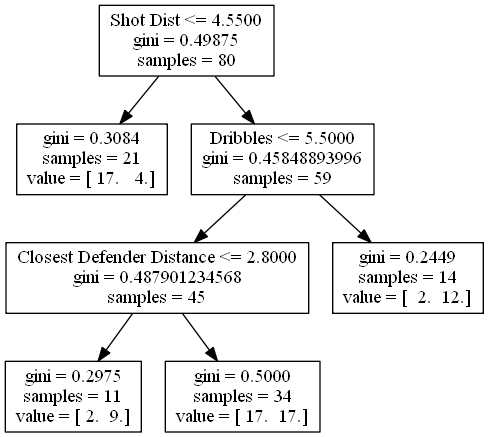
This is russell_westbrook.png from bveber/Analyze_NBA, a Graphviz export, as it was before one commit. Its source is kept beside it as russell_westbrook.dot. Source of this version:
```dot
digraph Tree {
0 [label="Shot Dist <= 4.5500\ngini = 0.49875\nsamples = 80", shape="box"] ;
1 [label="gini = 0.3084\nsamples = 21\nvalue = [ 17.   4.]", shape="box"] ;
0 -> 1 ;
2 [label="Dribbles <= 5.5000\ngini = 0.45848893996\nsamples = 59", shape="box"] ;
0 -> 2 ;
3 [label="Closest Defender Distance <= 2.8000\ngini = 0.487901234568\nsamples = 45", shape="box"] ;
2 -> 3 ;
4 [label="gini = 0.2975\nsamples = 11\nvalue = [ 2.  9.]", shape="box"] ;
3 -> 4 ;
5 [label="gini = 0.5000\nsamples = 34\nvalue = [ 17.  17.]", shape="box"] ;
3 -> 5 ;
6 [label="gini = 0.2449\nsamples = 14\nvalue = [  2.  12.]", shape="box"] ;
2 -> 6 ;
}
```
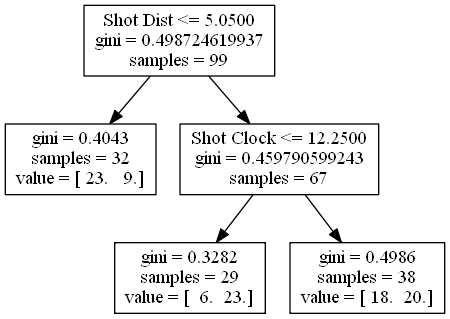
After the change.

The edit, as a diff of the source:
```diff
@@ -1,15 +1,11 @@
 digraph Tree {
-0 [label="Shot Dist <= 4.5500\ngini = 0.49875\nsamples = 80", shape="box"] ;
-1 [label="gini = 0.3084\nsamples = 21\nvalue = [ 17.   4.]", shape="box"] ;
+0 [label="Shot Dist <= 5.0500\ngini = 0.498724619937\nsamples = 99", shape="box"] ;
+1 [label="gini = 0.4043\nsamples = 32\nvalue = [ 23.   9.]", shape="box"] ;
 0 -> 1 ;
-2 [label="Dribbles <= 5.5000\ngini = 0.45848893996\nsamples = 59", shape="box"] ;
+2 [label="Shot Clock <= 12.2500\ngini = 0.459790599243\nsamples = 67", shape="box"] ;
 0 -> 2 ;
-3 [label="Closest Defender Distance <= 2.8000\ngini = 0.487901234568\nsamples = 45", shape="box"] ;
+3 [label="gini = 0.3282\nsamples = 29\nvalue = [  6.  23.]", shape="box"] ;
 2 -> 3 ;
-4 [label="gini = 0.2975\nsamples = 11\nvalue = [ 2.  9.]", shape="box"] ;
-3 -> 4 ;
-5 [label="gini = 0.5000\nsamples = 34\nvalue = [ 17.  17.]", shape="box"] ;
-3 -> 5 ;
-6 [label="gini = 0.2449\nsamples = 14\nvalue = [  2.  12.]", shape="box"] ;
-2 -> 6 ;
+4 [label="gini = 0.4986\nsamples = 38\nvalue = [ 18.  20.]", shape="box"] ;
+2 -> 4 ;
 }
```
